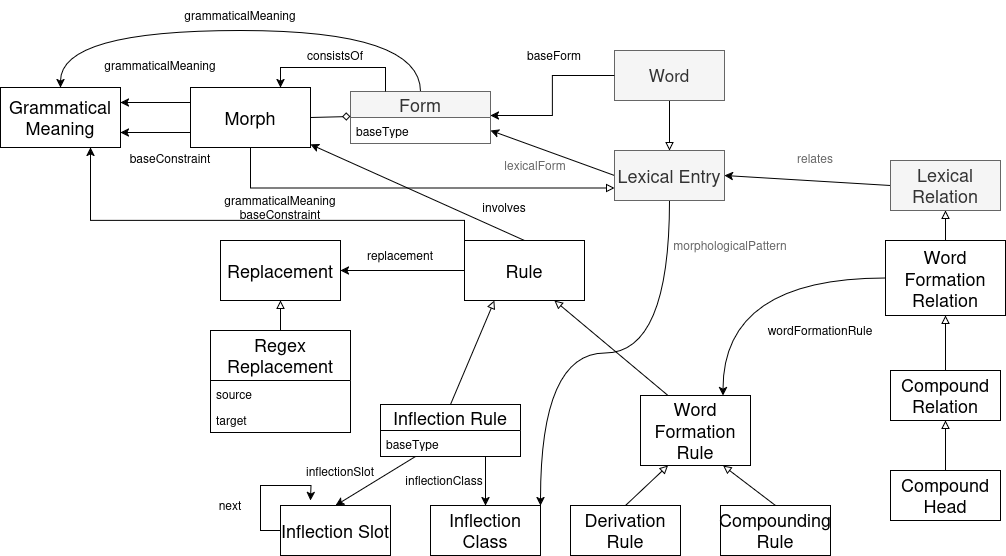
ontolex/morph keeps this draw.io diagram as OntoLex Morph.drawio.png. Above is the earlier version. Source tidied: cells renumbered, new cells last; positions are measured from the earlier drawing's top-left corner, leaving out a move shared by most shapes.
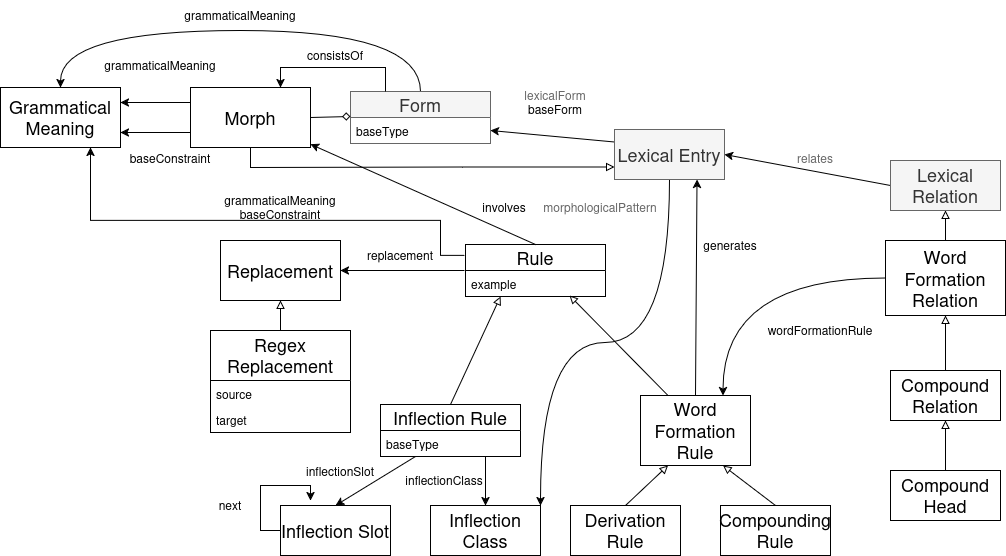
The same diagram one commit later.

What changed in the source:
```diff
@@ -2,7 +2,7 @@
   <root>
     <mxCell id="0" />
     <mxCell id="1" parent="0" />
-    <mxCell id="2" style="edgeStyle=none;rounded=0;jettySize=auto;html=1;exitX=1;exitY=0.75;exitDx=0;exitDy=0;entryX=0;entryY=0.5;entryDx=0;entryDy=0;startArrow=classic;startFill=1;endArrow=none;endFill=0;" parent="1" edge="1" source="9" target="5">
+    <mxCell id="2" style="edgeStyle=none;rounded=0;jettySize=auto;html=1;exitX=1;exitY=0.75;exitDx=0;exitDy=0;entryX=0;entryY=0.25;entryDx=0;entryDy=0;startArrow=classic;startFill=1;endArrow=none;endFill=0;" parent="1" edge="1" source="9" target="5">
       <mxGeometry relative="1" as="geometry" />
     </mxCell>
     <mxCell id="3" style="edgeStyle=orthogonalEdgeStyle;curved=1;rounded=0;jettySize=auto;html=1;exitX=0.5;exitY=1;exitDx=0;exitDy=0;entryX=1;entryY=0;entryDx=0;entryDy=0;" parent="1" edge="1" source="5" target="34">
@@ -12,14 +12,8 @@
       <mxGeometry relative="1" as="geometry" />
     </mxCell>
     <mxCell id="5" value="&lt;font size=&quot;1&quot;&gt;&lt;span style=&quot;font-size: 18px;&quot;&gt;Lexical Entry&lt;/span&gt;&lt;/font&gt;" style="html=1;whiteSpace=wrap;fillColor=#f5f5f5;fontColor=#333333;strokeColor=#666666;" parent="1" vertex="1">
-      <mxGeometry x="614" y="150" width="110" height="50" as="geometry" />
+      <mxGeometry x="614" y="129" width="110" height="50" as="geometry" />
     </mxCell>
-    <mxCell id="6" style="edgeStyle=none;rounded=0;jettySize=auto;html=1;exitX=0.5;exitY=1;exitDx=0;exitDy=0;entryX=0.5;entryY=0;entryDx=0;entryDy=0;endArrow=block;endFill=0;" parent="1" edge="1" source="7" target="5">
-      <mxGeometry relative="1" as="geometry" />
-    </mxCell>
-    <mxCell id="7" value="&lt;font size=&quot;1&quot;&gt;&lt;span style=&quot;font-size: 17px;&quot;&gt;Word&lt;/span&gt;&lt;/font&gt;" style="html=1;whiteSpace=wrap;fillColor=#f5f5f5;fontColor=#333333;strokeColor=#666666;" parent="1" vertex="1">
-      <mxGeometry x="614" y="50" width="110" height="50" as="geometry" />
-    </mxCell>
     <mxCell id="8" style="edgeStyle=orthogonalEdgeStyle;curved=1;rounded=0;jettySize=auto;html=1;exitX=0.5;exitY=0;exitDx=0;exitDy=0;entryX=0.5;entryY=0;entryDx=0;entryDy=0;" parent="1" edge="1" source="9" target="22">
       <mxGeometry relative="1" as="geometry">
         <Array as="points">
@@ -34,15 +28,9 @@
     <mxCell id="10" value="baseType" style="text;strokeColor=none;fillColor=none;align=left;verticalAlign=top;spacingLeft=4;spacingRight=4;overflow=hidden;points=[[0,0.5],[1,0.5]];portConstraint=eastwest;whiteSpace=wrap;html=1;" parent="9" vertex="1">
       <mxGeometry y="26" width="140" height="26" as="geometry" />
     </mxCell>
-    <mxCell id="11" value="lexicalForm" style="text;html=1;align=center;verticalAlign=middle;whiteSpace=wrap;rounded=0;fontColor=#666666;" parent="1" vertex="1">
-      <mxGeometry x="500" y="150" width="70" height="30" as="geometry" />
+    <mxCell id="11" value="&lt;div&gt;lexicalForm&lt;/div&gt;&lt;div&gt;&lt;span style=&quot;color: rgb(0, 0, 0);&quot;&gt;baseForm&lt;/span&gt;&lt;/div&gt;" style="text;html=1;align=center;verticalAlign=middle;whiteSpace=wrap;rounded=0;fontColor=#666666;" parent="1" vertex="1">
+      <mxGeometry x="520" y="87" width="70" height="30" as="geometry" />
     </mxCell>
-    <mxCell id="12" style="edgeStyle=orthogonalEdgeStyle;rounded=0;jettySize=auto;html=1;exitX=0;exitY=0.5;exitDx=0;exitDy=0;entryX=1;entryY=-0.077;entryDx=0;entryDy=0;entryPerimeter=0;" parent="1" edge="1" source="7" target="10">
-      <mxGeometry relative="1" as="geometry" />
-    </mxCell>
-    <mxCell id="13" value="baseForm" style="text;html=1;align=center;verticalAlign=middle;whiteSpace=wrap;rounded=0;" parent="1" vertex="1">
-      <mxGeometry x="524" y="40" width="60" height="30" as="geometry" />
-    </mxCell>
     <mxCell id="14" style="edgeStyle=orthogonalEdgeStyle;curved=1;rounded=0;jettySize=auto;html=1;exitX=0;exitY=0.25;exitDx=0;exitDy=0;entryX=1;entryY=0.25;entryDx=0;entryDy=0;" parent="1" edge="1" source="17" target="22">
       <mxGeometry relative="1" as="geometry" />
     </mxCell>
@@ -55,13 +43,17 @@
     <mxCell id="17" value="&lt;font style=&quot;font-size: 18px;&quot;&gt;Morph&lt;/font&gt;" style="rounded=0;whiteSpace=wrap;html=1;" parent="1" vertex="1">
       <mxGeometry x="190" y="87" width="120" height="60" as="geometry" />
     </mxCell>
-    <mxCell id="18" style="rounded=0;jettySize=auto;html=1;exitX=0;exitY=0.5;exitDx=0;exitDy=0;entryX=1;entryY=0.5;entryDx=0;entryDy=0;" parent="1" edge="1" source="21" target="48">
-      <mxGeometry relative="1" as="geometry" />
+    <mxCell id="18" style="rounded=0;jettySize=auto;html=1;exitX=0;exitY=0.5;exitDx=0;exitDy=0;entryX=1;entryY=0.5;entryDx=0;entryDy=0;" parent="1" edge="1" target="48">
+      <mxGeometry relative="1" as="geometry">
+        <mxPoint x="464" y="270" as="sourcePoint" />
+      </mxGeometry>
     </mxCell>
-    <mxCell id="19" style="edgeStyle=orthogonalEdgeStyle;rounded=0;jettySize=auto;html=1;exitX=0;exitY=0.25;exitDx=0;exitDy=0;entryX=0.75;entryY=1;entryDx=0;entryDy=0;" parent="1" edge="1" source="21" target="22">
+    <mxCell id="19" style="edgeStyle=orthogonalEdgeStyle;rounded=0;jettySize=auto;html=1;exitX=0;exitY=0.25;exitDx=0;exitDy=0;entryX=0.75;entryY=1;entryDx=0;entryDy=0;" parent="1" edge="1" target="22">
       <mxGeometry relative="1" as="geometry">
+        <mxPoint x="464" y="255" as="sourcePoint" />
         <Array as="points">
-          <mxPoint x="464" y="220" />
+          <mxPoint x="440" y="255" />
+          <mxPoint x="440" y="220" />
           <mxPoint x="90" y="220" />
         </Array>
       </mxGeometry>
@@ -69,16 +61,13 @@
     <mxCell id="20" style="edgeStyle=none;rounded=0;jettySize=auto;html=1;exitX=0.5;exitY=0;exitDx=0;exitDy=0;" parent="1" edge="1" source="21" target="17">
       <mxGeometry relative="1" as="geometry" />
     </mxCell>
-    <mxCell id="21" value="&lt;font style=&quot;font-size: 18px;&quot;&gt;Rule&lt;/font&gt;" style="rounded=0;whiteSpace=wrap;html=1;" parent="1" vertex="1">
-      <mxGeometry x="464" y="240" width="120" height="60" as="geometry" />
-    </mxCell>
     <mxCell id="22" value="&lt;font style=&quot;font-size: 18px;&quot;&gt;Grammatical Meaning&lt;/font&gt;" style="rounded=0;whiteSpace=wrap;html=1;" parent="1" vertex="1">
       <mxGeometry y="87" width="120" height="60" as="geometry" />
     </mxCell>
     <mxCell id="23" value="grammaticalMeaning" style="text;html=1;align=center;verticalAlign=middle;whiteSpace=wrap;rounded=0;" parent="1" vertex="1">
       <mxGeometry x="130" y="50" width="60" height="30" as="geometry" />
     </mxCell>
-    <mxCell id="24" style="edgeStyle=none;rounded=0;jettySize=auto;html=1;exitX=0.5;exitY=0;exitDx=0;exitDy=0;entryX=0.25;entryY=1;entryDx=0;entryDy=0;endArrow=block;endFill=0;" parent="1" edge="1" source="27" target="21">
+    <mxCell id="24" style="edgeStyle=none;rounded=0;jettySize=auto;html=1;exitX=0.5;exitY=0;exitDx=0;exitDy=0;endArrow=block;endFill=0;entryX=0.25;entryY=1;entryDx=0;entryDy=0;" parent="1" edge="1" source="27" target="21">
       <mxGeometry relative="1" as="geometry" />
     </mxCell>
     <mxCell id="25" style="rounded=0;jettySize=auto;html=1;exitX=0.25;exitY=1;exitDx=0;exitDy=0;entryX=0.5;entryY=0;entryDx=0;entryDy=0;" parent="1" edge="1" source="27" target="33">
@@ -93,9 +82,12 @@
     <mxCell id="28" value="baseType" style="text;strokeColor=none;fillColor=none;align=left;verticalAlign=top;spacingLeft=4;spacingRight=4;overflow=hidden;whiteSpace=wrap;html=1;" parent="27" vertex="1">
       <mxGeometry y="26" width="140" height="26" as="geometry" />
     </mxCell>
-    <mxCell id="29" style="edgeStyle=none;rounded=0;jettySize=auto;html=1;exitX=0.25;exitY=0;exitDx=0;exitDy=0;entryX=0.75;entryY=1;entryDx=0;entryDy=0;endArrow=block;endFill=0;" parent="1" edge="1" source="30" target="21">
+    <mxCell id="29" style="edgeStyle=none;rounded=0;jettySize=auto;html=1;exitX=0.25;exitY=0;exitDx=0;exitDy=0;entryX=0.743;entryY=0.962;entryDx=0;entryDy=0;endArrow=block;endFill=0;entryPerimeter=0;" parent="1" edge="1" source="30" target="66">
       <mxGeometry relative="1" as="geometry" />
     </mxCell>
+    <mxCell id="65" style="edgeStyle=none;rounded=0;jettySize=auto;html=1;exitX=0.5;exitY=0;exitDx=0;exitDy=0;entryX=0.75;entryY=1;entryDx=0;entryDy=0;" parent="1" edge="1" source="30" target="5">
+      <mxGeometry relative="1" as="geometry" />
+    </mxCell>
     <mxCell id="30" value="&lt;font style=&quot;font-size: 18px;&quot;&gt;Word Formation Rule&lt;/font&gt;" style="html=1;whiteSpace=wrap;" parent="1" vertex="1">
       <mxGeometry x="640" y="395" width="110" height="70" as="geometry" />
     </mxCell>
@@ -192,7 +184,7 @@
       <mxGeometry x="250" y="192" width="60" height="30" as="geometry" />
     </mxCell>
     <mxCell id="61" value="&lt;div&gt;morphologicalPattern&lt;/div&gt;" style="text;html=1;align=center;verticalAlign=middle;whiteSpace=wrap;rounded=0;fontColor=#666666;" parent="1" vertex="1">
-      <mxGeometry x="700" y="230" width="60" height="30" as="geometry" />
+      <mxGeometry x="570" y="192" width="60" height="30" as="geometry" />
     </mxCell>
     <mxCell id="62" value="consistsOf" style="text;html=1;align=center;verticalAlign=middle;whiteSpace=wrap;rounded=0;" parent="1" vertex="1">
       <mxGeometry x="305" y="40" width="60" height="30" as="geometry" />
@@ -203,5 +195,14 @@
     <mxCell id="64" value="next" style="text;html=1;align=center;verticalAlign=middle;whiteSpace=wrap;rounded=0;" parent="1" vertex="1">
       <mxGeometry x="200" y="490" width="60" height="30" as="geometry" />
     </mxCell>
+    <mxCell id="21" value="&lt;font style=&quot;font-size: 18px;&quot;&gt;Rule&lt;/font&gt;" style="swimlane;fontStyle=0;horizontal=1;startSize=26;fillColor=none;whiteSpace=wrap;html=1;" parent="1" vertex="1">
+      <mxGeometry x="465" y="244" width="140" height="52" as="geometry" />
+    </mxCell>
+    <mxCell id="66" value="example" style="text;strokeColor=none;fillColor=none;align=left;verticalAlign=top;spacingLeft=4;spacingRight=4;overflow=hidden;points=[[0,0.5],[1,0.5]];portConstraint=eastwest;whiteSpace=wrap;html=1;" parent="21" vertex="1">
+      <mxGeometry y="26" width="140" height="26" as="geometry" />
+    </mxCell>
+    <mxCell id="67" value="generates" style="text;html=1;align=center;verticalAlign=middle;whiteSpace=wrap;rounded=0;" parent="1" vertex="1">
+      <mxGeometry x="700" y="230" width="60" height="30" as="geometry" />
+    </mxCell>
   </root>
 </mxGraphModel>
```
